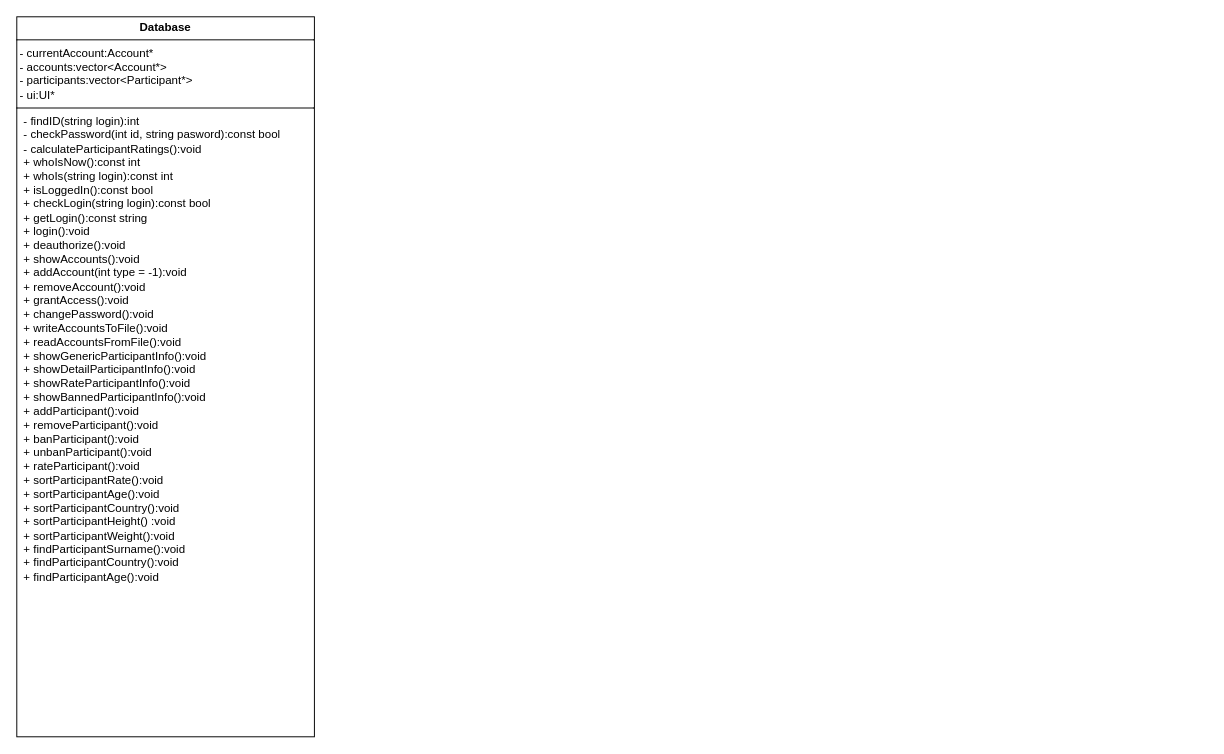
Above: classes.drawio in ThomasCharester/KursuchBeautyCompetition (draw.io), before the change. Source tidied: cells renumbered, new cells numbered last; positions are measured from the earlier drawing's top-left corner, leaving out a move shared by most shapes. Both pictures are drawn from the tidied source at 96%, with x=0, y=0 at pixel (16, 16).
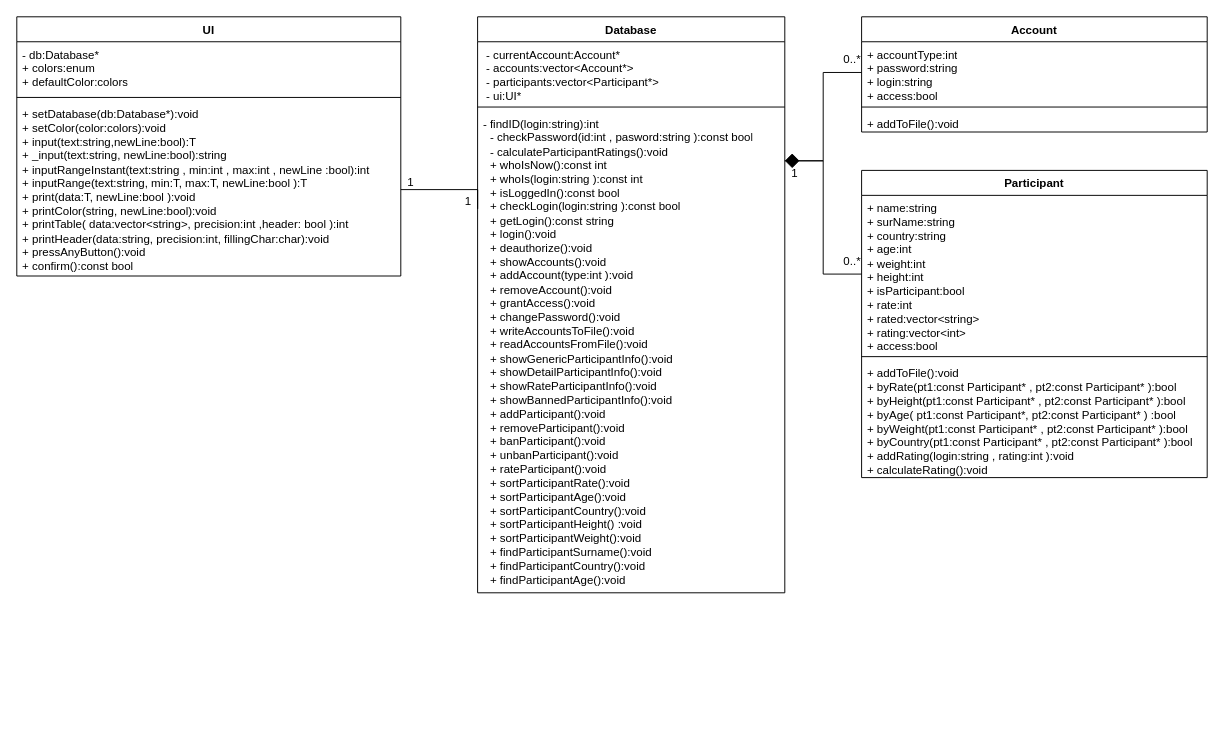
The same page after the edit.

Diff of the diagram source:
```diff
@@
-    <mxCell id="2" value="&lt;p style=&quot;margin:0px;margin-top:4px;text-align:center;&quot;&gt;&lt;b&gt;Database&lt;/b&gt;&lt;/p&gt;&lt;hr size=&quot;1&quot; style=&quot;border-style:solid;&quot;&gt;&lt;div&gt;&amp;nbsp;- currentAccount:Account*&lt;/div&gt;&lt;div&gt;&amp;nbsp;- accounts:vector&amp;lt;Account*&amp;gt;&lt;/div&gt;&lt;div&gt;&amp;nbsp;- participants:vector&amp;lt;Participant*&amp;gt;&lt;/div&gt;&lt;div&gt;&amp;nbsp;- ui:UI*&lt;/div&gt;&lt;hr size=&quot;1&quot; style=&quot;border-style:solid;&quot;&gt;&lt;p style=&quot;margin:0px;margin-left:4px;&quot;&gt;&amp;nbsp;- findID(string login):int&lt;/p&gt;&lt;p style=&quot;margin:0px;margin-left:4px;&quot;&gt;&amp;nbsp;- checkPassword(int id, string pasword):const bool&lt;/p&gt;&lt;p style=&quot;margin:0px;margin-left:4px;&quot;&gt;&amp;nbsp;- calculateParticipantRatings():void&lt;/p&gt;&lt;p style=&quot;margin:0px;margin-left:4px;&quot;&gt;&amp;nbsp;+ whoIsNow():const int&lt;/p&gt;&lt;p style=&quot;margin:0px;margin-left:4px;&quot;&gt;&amp;nbsp;+ whoIs(string login):const int&lt;br&gt;&lt;/p&gt;&lt;p style=&quot;margin:0px;margin-left:4px;&quot;&gt;&amp;nbsp;+ isLoggedIn():const bool&lt;/p&gt;&lt;p style=&quot;margin:0px;margin-left:4px;&quot;&gt;&amp;nbsp;+ checkLogin(string login):const bool&lt;/p&gt;&lt;p style=&quot;margin:0px;margin-left:4px;&quot;&gt;&amp;nbsp;+ getLogin():const string&lt;/p&gt;&lt;p style=&quot;margin:0px;margin-left:4px;&quot;&gt;&amp;nbsp;+ login():void&lt;/p&gt;&lt;p style=&quot;margin:0px;margin-left:4px;&quot;&gt;&amp;nbsp;+ deauthorize():void&lt;br&gt;&amp;nbsp;+ showAccounts():void&lt;br&gt;&amp;nbsp;+ addAccount(int type = -1):void&lt;br&gt;&amp;nbsp;+  removeAccount():void&lt;br&gt;&amp;nbsp;+ grantAccess():void&lt;br&gt;&amp;nbsp;+ changePassword():void&lt;br&gt;&amp;nbsp;+ writeAccountsToFile():void&lt;br&gt;&amp;nbsp;+ readAccountsFromFile():void&lt;br&gt;&amp;nbsp;+ showGenericParticipantInfo():void&lt;br&gt;&amp;nbsp;+ showDetailParticipantInfo():void&lt;br&gt;&amp;nbsp;+ showRateParticipantInfo():void&lt;br&gt;&amp;nbsp;+ showBannedParticipantInfo():void&lt;br&gt;&amp;nbsp;+ addParticipant():void&lt;br&gt;&amp;nbsp;+ removeParticipant():void&lt;br&gt;&amp;nbsp;+ banParticipant():void&lt;br&gt;&amp;nbsp;+ unbanParticipant():void&lt;br&gt;&amp;nbsp;+ rateParticipant():void&lt;br&gt;&amp;nbsp;+ sortParticipantRate():void&lt;br&gt;&amp;nbsp;+ sortParticipantAge():void&lt;br&gt;&amp;nbsp;+ sortParticipantCountry():void&lt;br&gt;&amp;nbsp;+ sortParticipantHeight() :void&lt;br&gt;&amp;nbsp;+ sortParticipantWeight():void&lt;br&gt;&amp;nbsp;+ findParticipantSurname():void&lt;br&gt;&amp;nbsp;+ findParticipantCountry():void&lt;br&gt;&amp;nbsp;+ findParticipantAge():void&lt;/p&gt;" style="verticalAlign=top;align=left;overflow=fill;html=1;whiteSpace=wrap;" parent="1" vertex="1">
-      <mxGeometry width="310" height="750" as="geometry" />
-    </mxCell>
+    <mxCell id="3" value="UI" style="swimlane;fontStyle=1;align=center;verticalAlign=top;horizontal=1;startSize=26;whiteSpace=wrap;html=1;" parent="1" vertex="1">
+      <mxGeometry width="400" height="270" as="geometry" />
+    </mxCell>
+    <mxCell id="4" value="&lt;div&gt;- db:Database*&lt;/div&gt;&lt;div&gt;+ colors:enum&lt;/div&gt;&lt;div&gt;+ defaultColor:colors&lt;/div&gt;&lt;div&gt;&lt;br&gt;&lt;/div&gt;" style="text;strokeColor=none;fillColor=none;align=left;verticalAlign=top;spacingLeft=4;spacingRight=4;overflow=hidden;whiteSpace=wrap;html=1;" parent="3" vertex="1">
+      <mxGeometry y="26" width="400" height="54" as="geometry" />
+    </mxCell>
+    <mxCell id="5" style="line;strokeWidth=1;fillColor=none;align=left;verticalAlign=middle;spacingTop=-1;spacingLeft=3;spacingRight=3;labelPosition=right;strokeColor=inherit;" parent="3" vertex="1">
+      <mxGeometry y="80" width="400" height="8" as="geometry" />
+    </mxCell>
+    <mxCell id="6" value="&lt;div&gt;+ setDatabase(db:Database*):void&lt;/div&gt;&lt;div&gt;+ setColor(color:colors):void&lt;/div&gt;&lt;div&gt;+ input(text:string,newLine:bool):T&lt;/div&gt;&lt;div&gt;+ _input(text:string, newLine:bool):string&lt;/div&gt;&lt;div&gt;+ inputRangeInstant(text:string , min:int , max:int , newLine :bool):int&lt;br&gt;+ inputRange(text:string, min:T, max:T, newLine:bool ):T&lt;br&gt;+ print(data:T, newLine:bool ):void&lt;br&gt;+ printColor(string,  newLine:bool):void&lt;br&gt;+ printTable( data:vector&amp;lt;string&amp;gt;, precision:int ,header: bool ):int&lt;br&gt;+ printHeader(data:string, precision:int, fillingChar:char):void&lt;br&gt;+ pressAnyButton():void&lt;br&gt;+ confirm():const bool&lt;br&gt;&lt;/div&gt;" style="text;strokeColor=none;fillColor=none;align=left;verticalAlign=top;spacingLeft=4;spacingRight=4;overflow=hidden;points=[[0,0.5],[1,0.5]];portConstraint=eastwest;whiteSpace=wrap;html=1;" parent="3" vertex="1">
+      <mxGeometry y="88" width="400" height="182" as="geometry" />
+    </mxCell>
+    <mxCell id="7" style="edgeStyle=orthogonalEdgeStyle;rounded=0;jettySize=auto;html=1;exitX=1;exitY=0.25;exitDx=0;exitDy=0;entryX=0;entryY=0.5;entryDx=0;entryDy=0;endArrow=none;endFill=0;" parent="1" edge="1" source="8" target="13">
+      <mxGeometry relative="1" as="geometry">
+        <Array as="points">
+          <mxPoint x="840" y="150" />
+          <mxPoint x="840" y="58" />
+        </Array>
+      </mxGeometry>
+    </mxCell>
+    <mxCell id="8" value="Database" style="swimlane;fontStyle=1;align=center;verticalAlign=top;horizontal=1;startSize=26;whiteSpace=wrap;html=1;" parent="1" vertex="1">
+      <mxGeometry x="480" width="320" height="600" as="geometry" />
+    </mxCell>
+    <mxCell id="9" value="&amp;nbsp;- currentAccount:Account*&lt;div&gt;&amp;nbsp;- accounts:vector&amp;lt;Account*&amp;gt;&lt;/div&gt;&lt;div&gt;&amp;nbsp;- participants:vector&amp;lt;Participant*&amp;gt;&lt;/div&gt;&lt;div&gt;&amp;nbsp;- ui:UI*&lt;/div&gt;" style="text;strokeColor=none;fillColor=none;align=left;verticalAlign=top;spacingLeft=4;spacingRight=4;overflow=hidden;whiteSpace=wrap;html=1;" parent="8" vertex="1">
+      <mxGeometry y="26" width="320" height="64" as="geometry" />
+    </mxCell>
+    <mxCell id="10" style="line;strokeWidth=1;fillColor=none;align=left;verticalAlign=middle;spacingTop=-1;spacingLeft=3;spacingRight=3;labelPosition=right;strokeColor=inherit;" parent="8" vertex="1">
+      <mxGeometry y="90" width="320" height="8" as="geometry" />
+    </mxCell>
+    <mxCell id="11" value="- findID(login:string):int&lt;p style=&quot;margin:0px;margin-left:4px;&quot;&gt;&amp;nbsp;- checkPassword(id:int , pasword:string ):const bool&lt;/p&gt;&lt;p style=&quot;margin:0px;margin-left:4px;&quot;&gt;&amp;nbsp;- calculateParticipantRatings():void&lt;/p&gt;&lt;p style=&quot;margin:0px;margin-left:4px;&quot;&gt;&amp;nbsp;+ whoIsNow():const int&lt;/p&gt;&lt;p style=&quot;margin:0px;margin-left:4px;&quot;&gt;&amp;nbsp;+ whoIs(login:string ):const int&lt;br&gt;&lt;/p&gt;&lt;p style=&quot;margin:0px;margin-left:4px;&quot;&gt;&amp;nbsp;+ isLoggedIn():const bool&lt;/p&gt;&lt;p style=&quot;margin:0px;margin-left:4px;&quot;&gt;&amp;nbsp;+ checkLogin(login:string ):const bool&lt;/p&gt;&lt;p style=&quot;margin:0px;margin-left:4px;&quot;&gt;&amp;nbsp;+ getLogin():const string&lt;/p&gt;&lt;p style=&quot;margin:0px;margin-left:4px;&quot;&gt;&amp;nbsp;+ login():void&lt;/p&gt;&lt;p style=&quot;margin:0px;margin-left:4px;&quot;&gt;&amp;nbsp;+ deauthorize():void&lt;br&gt;&amp;nbsp;+ showAccounts():void&lt;br&gt;&amp;nbsp;+ addAccount(type:int ):void&lt;br&gt;&amp;nbsp;+  removeAccount():void&lt;br&gt;&amp;nbsp;+ grantAccess():void&lt;br&gt;&amp;nbsp;+ changePassword():void&lt;br&gt;&amp;nbsp;+ writeAccountsToFile():void&lt;br&gt;&amp;nbsp;+ readAccountsFromFile():void&lt;br&gt;&amp;nbsp;+ showGenericParticipantInfo():void&lt;br&gt;&amp;nbsp;+ showDetailParticipantInfo():void&lt;br&gt;&amp;nbsp;+ showRateParticipantInfo():void&lt;br&gt;&amp;nbsp;+ showBannedParticipantInfo():void&lt;br&gt;&amp;nbsp;+ addParticipant():void&lt;br&gt;&amp;nbsp;+ removeParticipant():void&lt;br&gt;&amp;nbsp;+ banParticipant():void&lt;br&gt;&amp;nbsp;+ unbanParticipant():void&lt;br&gt;&amp;nbsp;+ rateParticipant():void&lt;br&gt;&amp;nbsp;+ sortParticipantRate():void&lt;br&gt;&amp;nbsp;+ sortParticipantAge():void&lt;br&gt;&amp;nbsp;+ sortParticipantCountry():void&lt;br&gt;&amp;nbsp;+ sortParticipantHeight() :void&lt;br&gt;&amp;nbsp;+ sortParticipantWeight():void&lt;br&gt;&amp;nbsp;+ findParticipantSurname():void&lt;br&gt;&amp;nbsp;+ findParticipantCountry():void&lt;br&gt;&amp;nbsp;+ findParticipantAge():void&lt;/p&gt;" style="text;strokeColor=none;fillColor=none;align=left;verticalAlign=top;spacingLeft=4;spacingRight=4;overflow=hidden;whiteSpace=wrap;html=1;" parent="8" vertex="1">
+      <mxGeometry y="98" width="320" height="502" as="geometry" />
+    </mxCell>
+    <mxCell id="12" value="Account" style="swimlane;fontStyle=1;align=center;verticalAlign=top;horizontal=1;startSize=26;whiteSpace=wrap;html=1;" parent="1" vertex="1">
+      <mxGeometry x="880" width="360" height="120" as="geometry" />
+    </mxCell>
+    <mxCell id="13" value="&lt;div&gt;+ accountType:int&lt;/div&gt;&lt;div&gt;+ password:string&lt;/div&gt;&lt;div&gt;+ login:string&lt;/div&gt;&lt;div&gt;+ access:bool&lt;/div&gt;" style="text;strokeColor=none;fillColor=none;align=left;verticalAlign=top;spacingLeft=4;spacingRight=4;overflow=hidden;points=[[0,0.5],[1,0.5]];portConstraint=eastwest;whiteSpace=wrap;html=1;" parent="12" vertex="1">
+      <mxGeometry y="26" width="360" height="64" as="geometry" />
+    </mxCell>
+    <mxCell id="14" style="line;strokeWidth=1;fillColor=none;align=left;verticalAlign=middle;spacingTop=-1;spacingLeft=3;spacingRight=3;labelPosition=right;strokeColor=inherit;" parent="12" vertex="1">
+      <mxGeometry y="90" width="360" height="8" as="geometry" />
+    </mxCell>
+    <mxCell id="15" value="+ addToFile():void" style="text;strokeColor=none;fillColor=none;align=left;verticalAlign=top;spacingLeft=4;spacingRight=4;overflow=hidden;whiteSpace=wrap;html=1;" parent="12" vertex="1">
+      <mxGeometry y="98" width="360" height="22" as="geometry" />
+    </mxCell>
+    <mxCell id="16" value="Participant" style="swimlane;fontStyle=1;align=center;verticalAlign=top;horizontal=1;startSize=26;whiteSpace=wrap;html=1;" parent="1" vertex="1">
+      <mxGeometry x="880" y="160" width="360" height="320" as="geometry" />
+    </mxCell>
+    <mxCell id="17" value="&lt;div&gt;+ name:string&lt;/div&gt;&lt;div&gt;+ surName:string&lt;/div&gt;&lt;div&gt;+ country:string&lt;/div&gt;&lt;div&gt;+ age:int&lt;/div&gt;&lt;div&gt;+ weight:int&lt;/div&gt;&lt;div&gt;+ height:int&lt;/div&gt;&lt;div&gt;+ isParticipant:bool&lt;/div&gt;&lt;div&gt;+ rate:int&lt;/div&gt;&lt;div&gt;+ rated:vector&amp;lt;string&amp;gt;&lt;/div&gt;&lt;div&gt;+ rating:vector&amp;lt;int&amp;gt;&lt;br&gt;&lt;/div&gt;&lt;div&gt;+ access:bool&lt;/div&gt;" style="text;strokeColor=none;fillColor=none;align=left;verticalAlign=top;spacingLeft=4;spacingRight=4;overflow=hidden;points=[[0,0.5],[1,0.5]];portConstraint=eastwest;whiteSpace=wrap;html=1;" parent="16" vertex="1">
+      <mxGeometry y="26" width="360" height="164" as="geometry" />
+    </mxCell>
+    <mxCell id="18" style="line;strokeWidth=1;fillColor=none;align=left;verticalAlign=middle;spacingTop=-1;spacingLeft=3;spacingRight=3;labelPosition=right;strokeColor=inherit;" parent="16" vertex="1">
+      <mxGeometry y="190" width="360" height="8" as="geometry" />
+    </mxCell>
+    <mxCell id="19" value="&lt;div&gt;+ addToFile():void&lt;/div&gt;&lt;div&gt;+ byRate(pt1:const Participant* , pt2:const Participant* ):bool&lt;br&gt;+ byHeight(pt1:const Participant* , pt2:const Participant* ):bool&lt;br&gt;+ byAge( pt1:const Participant*, pt2:const Participant* ) :bool&lt;br&gt;+ byWeight(pt1:const Participant* , pt2:const Participant* ):bool&lt;br&gt;+ byCountry(pt1:const Participant* , pt2:const Participant* ):bool&lt;br&gt;+ addRating(login:string , rating:int ):void&lt;br&gt;+ calculateRating():void&lt;/div&gt;" style="text;strokeColor=none;fillColor=none;align=left;verticalAlign=top;spacingLeft=4;spacingRight=4;overflow=hidden;whiteSpace=wrap;html=1;" parent="16" vertex="1">
+      <mxGeometry y="198" width="360" height="122" as="geometry" />
+    </mxCell>
+    <mxCell id="20" style="edgeStyle=orthogonalEdgeStyle;rounded=0;jettySize=auto;html=1;endArrow=none;endFill=0;" parent="1" edge="1" source="6">
+      <mxGeometry relative="1" as="geometry">
+        <mxPoint x="480" y="180" as="targetPoint" />
+        <Array as="points">
+          <mxPoint x="480" y="180" />
+          <mxPoint x="480" y="200" />
+        </Array>
+      </mxGeometry>
+    </mxCell>
+    <mxCell id="21" style="edgeStyle=orthogonalEdgeStyle;rounded=0;jettySize=auto;html=1;entryX=1;entryY=0.25;entryDx=0;entryDy=0;endArrow=diamond;endFill=1;strokeWidth=1;endSize=13;" parent="1" edge="1" source="17" target="8">
+      <mxGeometry relative="1" as="geometry">
+        <Array as="points">
+          <mxPoint x="840" y="268" />
+          <mxPoint x="840" y="150" />
+        </Array>
+      </mxGeometry>
+    </mxCell>
+    <mxCell id="22" value="1" style="text;html=1;align=center;verticalAlign=middle;strokeColor=none;fillColor=none;" parent="1" vertex="1">
+      <mxGeometry x="395" y="158" width="30" height="30" as="geometry" />
+    </mxCell>
+    <mxCell id="23" value="1" style="text;html=1;align=center;verticalAlign=middle;strokeColor=none;fillColor=none;" parent="1" vertex="1">
+      <mxGeometry x="455" y="178" width="30" height="30" as="geometry" />
+    </mxCell>
+    <mxCell id="24" value="0..*" style="text;html=1;align=center;verticalAlign=middle;strokeColor=none;fillColor=none;" parent="1" vertex="1">
+      <mxGeometry x="850" y="30" width="40" height="30" as="geometry" />
+    </mxCell>
+    <mxCell id="25" value="0..*" style="text;html=1;align=center;verticalAlign=middle;strokeColor=none;fillColor=none;" parent="1" vertex="1">
+      <mxGeometry x="850" y="240" width="40" height="30" as="geometry" />
+    </mxCell>
+    <mxCell id="26" value="1" style="text;html=1;align=center;verticalAlign=middle;strokeColor=none;fillColor=none;" parent="1" vertex="1">
+      <mxGeometry x="795" y="148" width="30" height="30" as="geometry" />
+    </mxCell>
```
